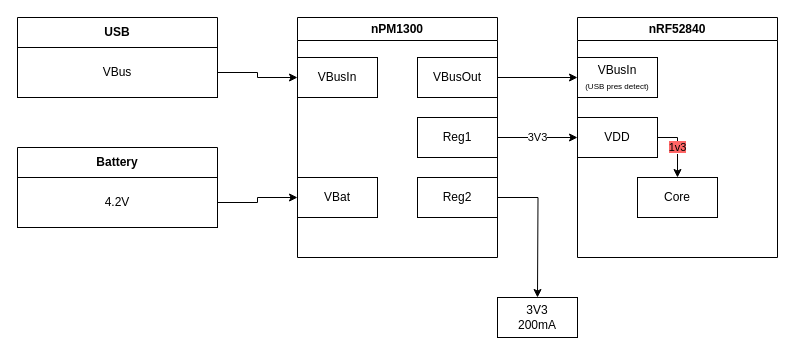
Above: Hardware/PSoM_nRF52840/PSoM_nRF52840_00/Doc/Power diagram comparaison.drawio in PumaFPV/PSoM (draw.io), before the change. Source tidied: cells renumbered, new cells numbered last; positions are measured from the earlier drawing's top-left corner, leaving out a move shared by most shapes. Both pictures are drawn from the tidied source at 100%, with x=0, y=0 at pixel (17, 17).
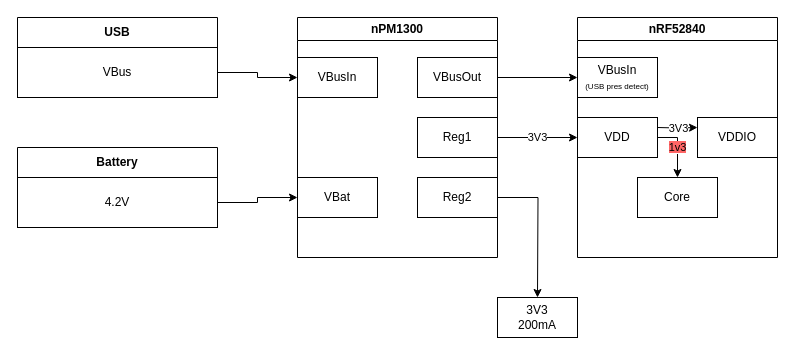
The same diagram, later.

Commit message (it also covers changes not shown here):
updated nFR52840 power diagram

Unchanged cells that the change refers to:
```xml
<mxCell id="12" value="nRF52840" style="swimlane;whiteSpace=wrap;html=1;" parent="1" vertex="1">
  <mxGeometry x="560" width="200" height="240" as="geometry" />
</mxCell>
```

Diff of the diagram source:
```diff
@@
+    <mxCell id="23" value="VDDIO" style="rounded=0;whiteSpace=wrap;html=1;" parent="12" vertex="1">
+      <mxGeometry x="120" y="100" width="80" height="40" as="geometry" />
+    </mxCell>
+    <mxCell id="24" value="3V3" style="edgeStyle=orthogonalEdgeStyle;rounded=0;orthogonalLoop=1;jettySize=auto;html=1;exitX=1;exitY=0.5;exitDx=0;exitDy=0;" parent="12" edge="1">
+      <mxGeometry relative="1" as="geometry">
+        <mxPoint x="80" y="110" as="sourcePoint" />
+        <mxPoint x="120" y="110" as="targetPoint" />
+      </mxGeometry>
+    </mxCell>
```
